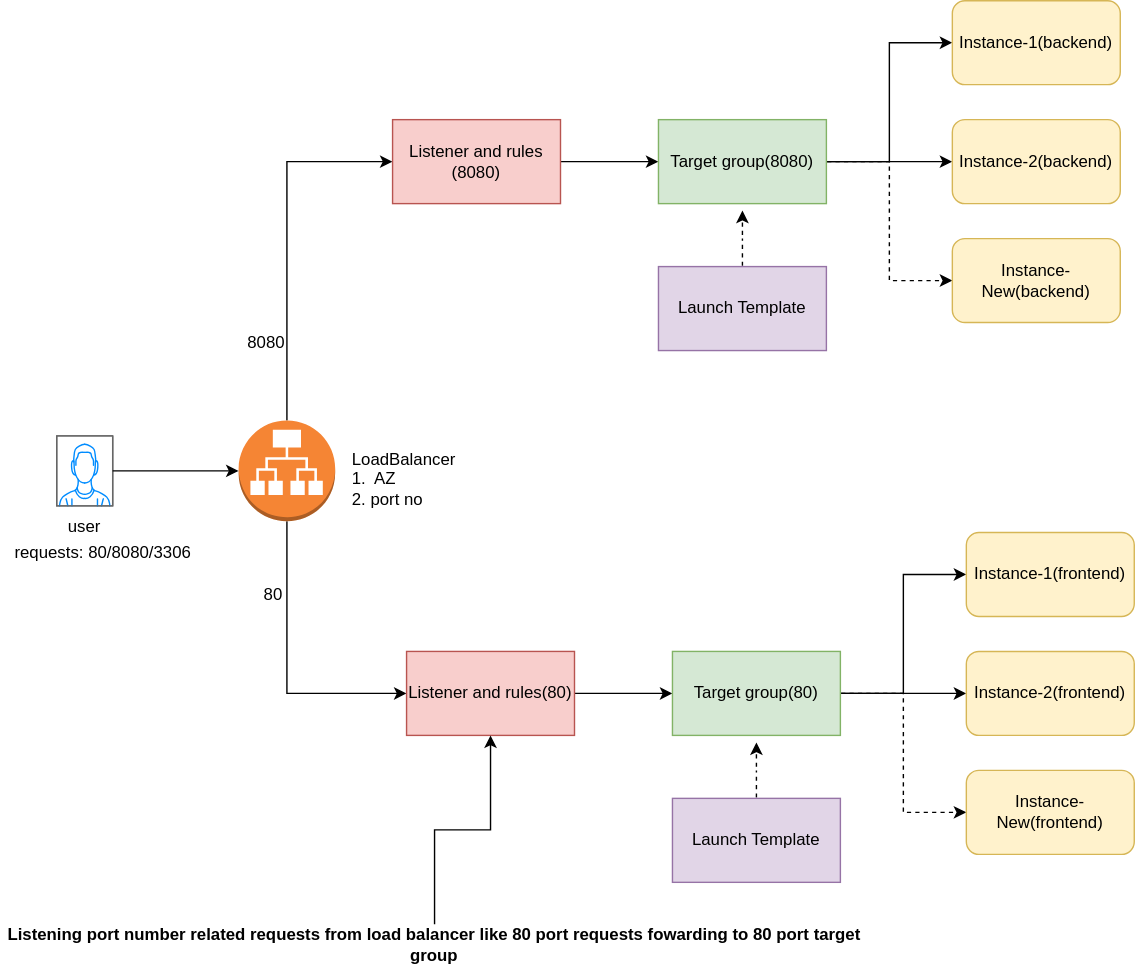
Earlier version of the draw.io export LB-ListenerRules-TargetGroup-Instance/LB-ListenerRules-TargetGroup-Instance.drawio.svg (mlnawsdevops/archs). Source tidied: cells renumbered, new cells last; positions are measured from the earlier drawing's top-left corner, leaving out a move shared by most shapes.
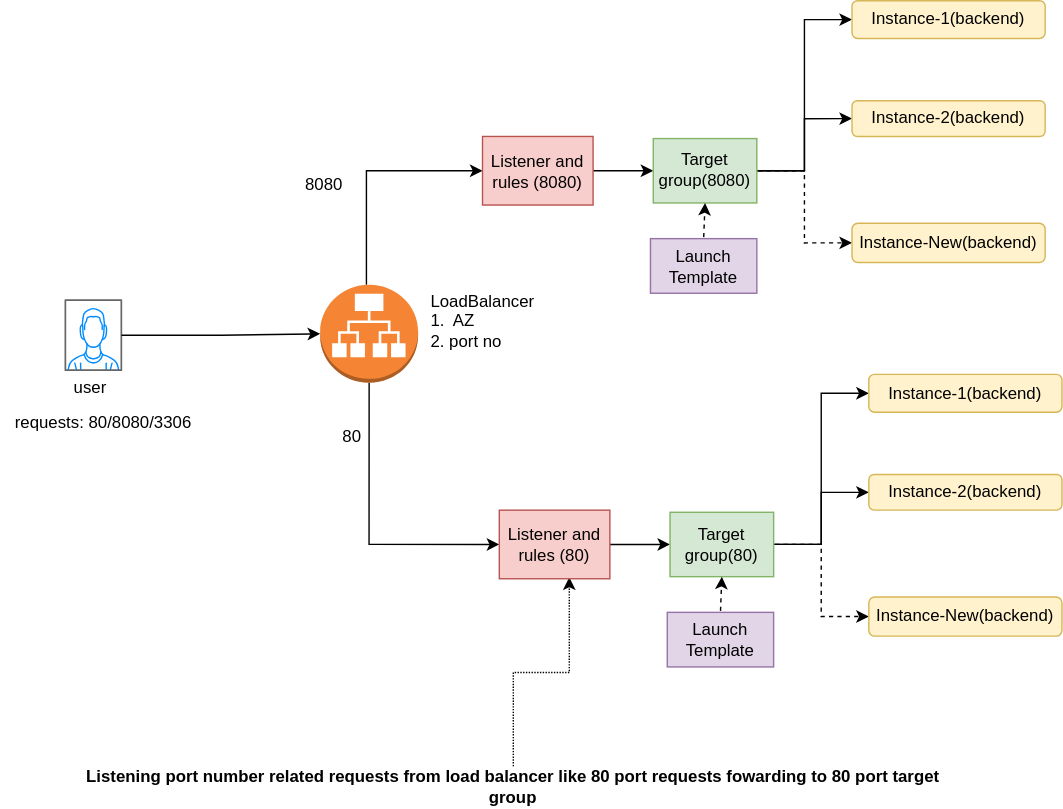
After the change.

The edit, as a diff of the source:
```diff
@@ -3,118 +3,112 @@
     <mxCell id="0" />
     <mxCell id="1" parent="0" />
     <mxCell id="2" style="verticalLabelPosition=bottom;shadow=0;dashed=0;align=center;html=1;verticalAlign=top;strokeWidth=1;shape=mxgraph.mockup.containers.userMale;strokeColor=#666666;strokeColor2=#008cff;" parent="1" vertex="1">
-      <mxGeometry x="40" y="311" width="40" height="50" as="geometry" />
+      <mxGeometry x="-10" y="327" width="40" height="50" as="geometry" />
     </mxCell>
-    <mxCell id="3" style="edgeStyle=orthogonalEdgeStyle;rounded=0;jettySize=auto;html=1;entryX=0;entryY=0.5;entryDx=0;entryDy=0;" parent="1" edge="1" source="5" target="7">
-      <mxGeometry relative="1" as="geometry">
-        <Array as="points">
-          <mxPoint x="204" y="495" />
-        </Array>
-      </mxGeometry>
-    </mxCell>
+    <mxCell id="36" style="edgeStyle=orthogonalEdgeStyle;rounded=0;jettySize=auto;html=1;exitX=0.5;exitY=1;exitDx=0;exitDy=0;exitPerimeter=0;entryX=0;entryY=0.5;entryDx=0;entryDy=0;" parent="1" edge="1" source="5" target="39">
+      <mxGeometry relative="1" as="geometry" />
+    </mxCell>
     <mxCell id="4" style="edgeStyle=orthogonalEdgeStyle;rounded=0;jettySize=auto;html=1;entryX=0;entryY=0.5;entryDx=0;entryDy=0;" parent="1" edge="1" source="5" target="24">
       <mxGeometry relative="1" as="geometry">
         <Array as="points">
-          <mxPoint x="204" y="115" />
+          <mxPoint x="205" y="235" />
         </Array>
       </mxGeometry>
     </mxCell>
     <mxCell id="5" style="outlineConnect=0;dashed=0;verticalLabelPosition=bottom;verticalAlign=top;align=center;html=1;shape=mxgraph.aws3.application_load_balancer;fillColor=#F58534;gradientColor=none;" parent="1" vertex="1">
-      <mxGeometry x="170" y="300" width="69" height="72" as="geometry" />
+      <mxGeometry x="172" y="316" width="70" height="70" as="geometry" />
     </mxCell>
-    <mxCell id="6" style="edgeStyle=orthogonalEdgeStyle;rounded=0;jettySize=auto;html=1;entryX=0;entryY=0.5;entryDx=0;entryDy=0;" parent="1" edge="1" source="7" target="11">
-      <mxGeometry relative="1" as="geometry" />
-    </mxCell>
-    <mxCell id="7" value="Listener and rules(80)" style="rounded=0;whiteSpace=wrap;html=1;fillColor=#f8cecc;strokeColor=#b85450;" parent="1" vertex="1">
-      <mxGeometry x="290" y="465" width="120" height="60" as="geometry" />
-    </mxCell>
-    <mxCell id="8" style="edgeStyle=orthogonalEdgeStyle;rounded=0;jettySize=auto;html=1;entryX=0;entryY=0.5;entryDx=0;entryDy=0;" parent="1" edge="1" source="11" target="19">
-      <mxGeometry relative="1" as="geometry" />
-    </mxCell>
-    <mxCell id="9" style="edgeStyle=orthogonalEdgeStyle;rounded=0;jettySize=auto;html=1;entryX=0;entryY=0.5;entryDx=0;entryDy=0;" parent="1" edge="1" source="11" target="18">
-      <mxGeometry relative="1" as="geometry" />
-    </mxCell>
-    <mxCell id="10" style="edgeStyle=orthogonalEdgeStyle;rounded=0;jettySize=auto;html=1;entryX=0;entryY=0.5;entryDx=0;entryDy=0;dashed=1;flowAnimation=1;" parent="1" edge="1" source="11" target="20">
-      <mxGeometry relative="1" as="geometry" />
-    </mxCell>
-    <mxCell id="11" value="Target group(80)" style="rounded=0;whiteSpace=wrap;html=1;fillColor=#d5e8d4;strokeColor=#82b366;" parent="1" vertex="1">
-      <mxGeometry x="480" y="465" width="120" height="60" as="geometry" />
-    </mxCell>
     <mxCell id="12" style="edgeStyle=orthogonalEdgeStyle;rounded=0;jettySize=auto;html=1;entryX=0;entryY=0.5;entryDx=0;entryDy=0;entryPerimeter=0;" parent="1" edge="1" source="2" target="5">
       <mxGeometry relative="1" as="geometry" />
     </mxCell>
     <mxCell id="13" value="user" style="text;html=1;whiteSpace=wrap;strokeColor=none;fillColor=none;align=center;verticalAlign=middle;rounded=0;" parent="1" vertex="1">
-      <mxGeometry x="35" y="361" width="50" height="30" as="geometry" />
+      <mxGeometry x="-17" y="375" width="50" height="30" as="geometry" />
     </mxCell>
     <mxCell id="14" value="LoadBalancer&amp;nbsp;&lt;br&gt;&lt;div style=&quot;text-align: left;&quot;&gt;&lt;span style=&quot;background-color: transparent; color: light-dark(rgb(0, 0, 0), rgb(255, 255, 255));&quot;&gt;1.&amp;nbsp; AZ&lt;/span&gt;&lt;/div&gt;&lt;div style=&quot;text-align: left;&quot;&gt;&lt;span style=&quot;background-color: transparent; color: light-dark(rgb(0, 0, 0), rgb(255, 255, 255));&quot;&gt;2. port no&lt;/span&gt;&lt;/div&gt;" style="text;html=1;whiteSpace=wrap;strokeColor=none;fillColor=none;align=center;verticalAlign=middle;rounded=0;" parent="1" vertex="1">
       <mxGeometry x="240" y="312" width="100" height="60" as="geometry" />
     </mxCell>
     <mxCell id="15" value="requests: 80/8080/3306&amp;nbsp;" style="text;html=1;whiteSpace=wrap;strokeColor=none;fillColor=none;align=center;verticalAlign=middle;rounded=0;" parent="1" vertex="1">
-      <mxGeometry y="380" width="150" height="30" as="geometry" />
+      <mxGeometry x="-56" y="400" width="150" height="30" as="geometry" />
     </mxCell>
-    <mxCell id="16" style="edgeStyle=orthogonalEdgeStyle;rounded=0;jettySize=auto;html=1;exitX=0.5;exitY=0;exitDx=0;exitDy=0;" parent="1" edge="1" source="17" target="7">
-      <mxGeometry relative="1" as="geometry" />
+    <mxCell id="16" style="edgeStyle=orthogonalEdgeStyle;rounded=0;jettySize=auto;html=1;exitX=0.5;exitY=0;exitDx=0;exitDy=0;dashed=1;dashPattern=1 1;" parent="1" edge="1" source="17">
+      <mxGeometry relative="1" as="geometry">
+        <mxPoint x="350" y="525" as="targetPoint" />
+      </mxGeometry>
     </mxCell>
     <mxCell id="17" value="Listening port number related requests from load balancer like 80 port requests fowarding to 80 port target group" style="text;html=1;whiteSpace=wrap;strokeColor=none;fillColor=none;align=center;verticalAlign=middle;rounded=0;fontStyle=1;" parent="1" vertex="1">
       <mxGeometry y="660" width="620" height="30" as="geometry" />
     </mxCell>
-    <mxCell id="18" value="Instance-1(frontend)" style="rounded=1;whiteSpace=wrap;html=1;fillColor=#fff2cc;strokeColor=#d6b656;" parent="1" vertex="1">
-      <mxGeometry x="690" y="380" width="120" height="60" as="geometry" />
-    </mxCell>
-    <mxCell id="19" value="Instance-2(frontend)" style="rounded=1;whiteSpace=wrap;html=1;fillColor=#fff2cc;strokeColor=#d6b656;" parent="1" vertex="1">
-      <mxGeometry x="690" y="465" width="120" height="60" as="geometry" />
-    </mxCell>
-    <mxCell id="20" value="Instance-New(frontend)" style="rounded=1;whiteSpace=wrap;html=1;fillColor=#fff2cc;strokeColor=#d6b656;" parent="1" vertex="1">
-      <mxGeometry x="690" y="550" width="120" height="60" as="geometry" />
-    </mxCell>
-    <mxCell id="21" style="edgeStyle=orthogonalEdgeStyle;rounded=0;jettySize=auto;html=1;dashed=1;flowAnimation=1;" parent="1" edge="1" source="22">
-      <mxGeometry relative="1" as="geometry">
-        <mxPoint x="540" y="530" as="targetPoint" />
-      </mxGeometry>
-    </mxCell>
-    <mxCell id="22" value="Launch Template" style="rounded=0;whiteSpace=wrap;html=1;fillColor=#e1d5e7;strokeColor=#9673a6;" parent="1" vertex="1">
-      <mxGeometry x="480" y="570" width="120" height="60" as="geometry" />
-    </mxCell>
-    <mxCell id="23" style="edgeStyle=orthogonalEdgeStyle;rounded=0;jettySize=auto;html=1;entryX=0;entryY=0.5;entryDx=0;entryDy=0;" parent="1" edge="1" source="24" target="28">
+    <mxCell id="23" style="edgeStyle=orthogonalEdgeStyle;rounded=0;jettySize=auto;html=1;exitX=1;exitY=0.5;exitDx=0;exitDy=0;entryX=0;entryY=0.5;entryDx=0;entryDy=0;" parent="1" edge="1" source="24" target="28">
       <mxGeometry relative="1" as="geometry" />
     </mxCell>
     <mxCell id="24" value="Listener and rules (8080)" style="rounded=0;whiteSpace=wrap;html=1;fillColor=#f8cecc;strokeColor=#b85450;" parent="1" vertex="1">
-      <mxGeometry x="280" y="85" width="120" height="60" as="geometry" />
+      <mxGeometry x="288" y="210" width="79" height="49" as="geometry" />
     </mxCell>
+    <mxCell id="27" style="edgeStyle=orthogonalEdgeStyle;rounded=0;jettySize=auto;html=1;entryX=0;entryY=0.5;entryDx=0;entryDy=0;dashed=1;flowAnimation=1;" parent="1" edge="1" source="28" target="30">
+      <mxGeometry relative="1" as="geometry" />
+    </mxCell>
+    <mxCell id="26" style="edgeStyle=orthogonalEdgeStyle;rounded=0;jettySize=auto;html=1;entryX=0;entryY=0.5;entryDx=0;entryDy=0;" parent="1" edge="1" source="28" target="33">
+      <mxGeometry relative="1" as="geometry" />
+    </mxCell>
     <mxCell id="25" style="edgeStyle=orthogonalEdgeStyle;rounded=0;jettySize=auto;html=1;entryX=0;entryY=0.5;entryDx=0;entryDy=0;" parent="1" edge="1" source="28" target="29">
       <mxGeometry relative="1" as="geometry" />
     </mxCell>
-    <mxCell id="26" style="edgeStyle=orthogonalEdgeStyle;rounded=0;jettySize=auto;html=1;entryX=0;entryY=0.5;entryDx=0;entryDy=0;" parent="1" edge="1" source="28" target="33">
-      <mxGeometry relative="1" as="geometry" />
-    </mxCell>
-    <mxCell id="27" style="edgeStyle=orthogonalEdgeStyle;rounded=0;jettySize=auto;html=1;entryX=0;entryY=0.5;entryDx=0;entryDy=0;dashed=1;flowAnimation=1;" parent="1" edge="1" source="28" target="30">
-      <mxGeometry relative="1" as="geometry" />
-    </mxCell>
     <mxCell id="28" value="Target group(8080)" style="rounded=0;whiteSpace=wrap;html=1;fillColor=#d5e8d4;strokeColor=#82b366;" parent="1" vertex="1">
-      <mxGeometry x="470" y="85" width="120" height="60" as="geometry" />
+      <mxGeometry x="410" y="211.5" width="74" height="46" as="geometry" />
     </mxCell>
     <mxCell id="29" value="Instance-2(backend)" style="rounded=1;whiteSpace=wrap;html=1;fillColor=#fff2cc;strokeColor=#d6b656;" parent="1" vertex="1">
-      <mxGeometry x="680" y="85" width="120" height="60" as="geometry" />
+      <mxGeometry x="552" y="184.5" width="138" height="25.5" as="geometry" />
     </mxCell>
     <mxCell id="30" value="Instance-New(backend)" style="rounded=1;whiteSpace=wrap;html=1;fillColor=#fff2cc;strokeColor=#d6b656;" parent="1" vertex="1">
-      <mxGeometry x="680" y="170" width="120" height="60" as="geometry" />
+      <mxGeometry x="552" y="272" width="138" height="28" as="geometry" />
     </mxCell>
-    <mxCell id="31" style="edgeStyle=orthogonalEdgeStyle;rounded=0;jettySize=auto;html=1;flowAnimation=1;dashed=1;" parent="1" edge="1" source="32">
-      <mxGeometry relative="1" as="geometry">
-        <mxPoint x="530" y="150" as="targetPoint" />
-      </mxGeometry>
-    </mxCell>
+    <mxCell id="37" style="edgeStyle=orthogonalEdgeStyle;rounded=0;jettySize=auto;html=1;exitX=0.5;exitY=0;exitDx=0;exitDy=0;entryX=0.5;entryY=1;entryDx=0;entryDy=0;dashed=1;flowAnimation=1;" parent="1" edge="1" source="32" target="28">
+      <mxGeometry relative="1" as="geometry" />
+    </mxCell>
     <mxCell id="32" value="Launch Template" style="rounded=0;whiteSpace=wrap;html=1;fillColor=#e1d5e7;strokeColor=#9673a6;" parent="1" vertex="1">
-      <mxGeometry x="470" y="190" width="120" height="60" as="geometry" />
+      <mxGeometry x="408" y="283" width="76" height="39" as="geometry" />
     </mxCell>
     <mxCell id="33" value="Instance-1(backend)" style="rounded=1;whiteSpace=wrap;html=1;fillColor=#fff2cc;strokeColor=#d6b656;" parent="1" vertex="1">
-      <mxGeometry x="680" width="120" height="60" as="geometry" />
+      <mxGeometry x="552" y="113" width="138" height="27" as="geometry" />
     </mxCell>
     <mxCell id="34" value="8080" style="text;html=1;whiteSpace=wrap;strokeColor=none;fillColor=none;align=center;verticalAlign=middle;rounded=0;" parent="1" vertex="1">
-      <mxGeometry x="165" y="230" width="50" height="30" as="geometry" />
+      <mxGeometry x="150" y="230" width="50" height="30" as="geometry" />
     </mxCell>
     <mxCell id="35" value="80" style="text;html=1;whiteSpace=wrap;strokeColor=none;fillColor=none;align=center;verticalAlign=middle;rounded=0;" parent="1" vertex="1">
       <mxGeometry x="175" y="410" width="40" height="30" as="geometry" />
     </mxCell>
+    <mxCell id="38" style="edgeStyle=orthogonalEdgeStyle;rounded=0;jettySize=auto;html=1;exitX=1;exitY=0.5;exitDx=0;exitDy=0;entryX=0;entryY=0.5;entryDx=0;entryDy=0;" parent="1" edge="1" source="39" target="11">
+      <mxGeometry relative="1" as="geometry" />
+    </mxCell>
+    <mxCell id="39" value="Listener and rules (80)" style="rounded=0;whiteSpace=wrap;html=1;fillColor=#f8cecc;strokeColor=#b85450;" parent="1" vertex="1">
+      <mxGeometry x="300" y="477" width="79" height="49" as="geometry" />
+    </mxCell>
+    <mxCell id="40" style="edgeStyle=orthogonalEdgeStyle;rounded=0;jettySize=auto;html=1;entryX=0;entryY=0.5;entryDx=0;entryDy=0;dashed=1;flowAnimation=1;" parent="1" edge="1" source="11" target="44">
+      <mxGeometry relative="1" as="geometry" />
+    </mxCell>
+    <mxCell id="41" style="edgeStyle=orthogonalEdgeStyle;rounded=0;jettySize=auto;html=1;entryX=0;entryY=0.5;entryDx=0;entryDy=0;" parent="1" edge="1" source="11" target="46">
+      <mxGeometry relative="1" as="geometry" />
+    </mxCell>
+    <mxCell id="42" style="edgeStyle=orthogonalEdgeStyle;rounded=0;jettySize=auto;html=1;entryX=0;entryY=0.5;entryDx=0;entryDy=0;" parent="1" edge="1" source="11" target="43">
+      <mxGeometry relative="1" as="geometry" />
+    </mxCell>
+    <mxCell id="11" value="Target group(80)" style="rounded=0;whiteSpace=wrap;html=1;fillColor=#d5e8d4;strokeColor=#82b366;" parent="1" vertex="1">
+      <mxGeometry x="422" y="478.5" width="74" height="46" as="geometry" />
+    </mxCell>
+    <mxCell id="43" value="Instance-2(backend)" style="rounded=1;whiteSpace=wrap;html=1;fillColor=#fff2cc;strokeColor=#d6b656;" parent="1" vertex="1">
+      <mxGeometry x="564" y="451.5" width="138" height="25.5" as="geometry" />
+    </mxCell>
+    <mxCell id="44" value="Instance-New(backend)" style="rounded=1;whiteSpace=wrap;html=1;fillColor=#fff2cc;strokeColor=#d6b656;" parent="1" vertex="1">
+      <mxGeometry x="564" y="539" width="138" height="28" as="geometry" />
+    </mxCell>
+    <mxCell id="45" style="edgeStyle=orthogonalEdgeStyle;rounded=0;jettySize=auto;html=1;exitX=0.5;exitY=0;exitDx=0;exitDy=0;entryX=0.5;entryY=1;entryDx=0;entryDy=0;dashed=1;flowAnimation=1;" parent="1" edge="1" source="22" target="11">
+      <mxGeometry relative="1" as="geometry" />
+    </mxCell>
+    <mxCell id="22" value="Launch Template" style="rounded=0;whiteSpace=wrap;html=1;fillColor=#e1d5e7;strokeColor=#9673a6;" parent="1" vertex="1">
+      <mxGeometry x="420" y="550" width="76" height="39" as="geometry" />
+    </mxCell>
+    <mxCell id="46" value="Instance-1(backend)" style="rounded=1;whiteSpace=wrap;html=1;fillColor=#fff2cc;strokeColor=#d6b656;" parent="1" vertex="1">
+      <mxGeometry x="564" y="380" width="138" height="27" as="geometry" />
+    </mxCell>
   </root>
 </mxGraphModel>
```
